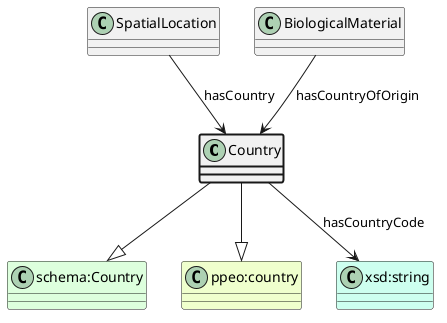
Before: ttl_uml/ttl_appn_Country.png, a diagram exported from PlantUML (aus-plant-phenomics-network/appn-schema). Its diagram source:
```plantuml
@startuml
class Country  #line.bold
class "schema:Country" #DDFFDD
Country --|> "schema:Country"
class "ppeo:country" #EEFFCC
Country --|> "ppeo:country"
class SpatialLocation
SpatialLocation --> Country : hasCountry
class BiologicalMaterial
BiologicalMaterial --> Country : hasCountryOfOrigin
class "xsd:string" #CCFFEE
Country --> "xsd:string" : hasCountryCode
@enduml
```
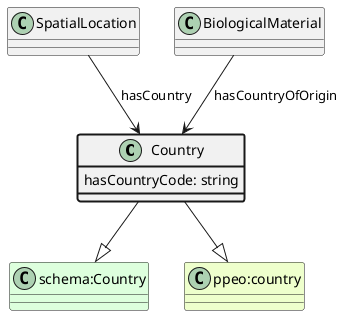
After the commit.

What changed in the source:
```diff
@@ -8,6 +8,7 @@
 SpatialLocation --> Country : hasCountry
 class BiologicalMaterial
 BiologicalMaterial --> Country : hasCountryOfOrigin
-class "xsd:string" #CCFFEE
-Country --> "xsd:string" : hasCountryCode
+class Country #line.bold {
+    hasCountryCode: string
+}
 @enduml
```
